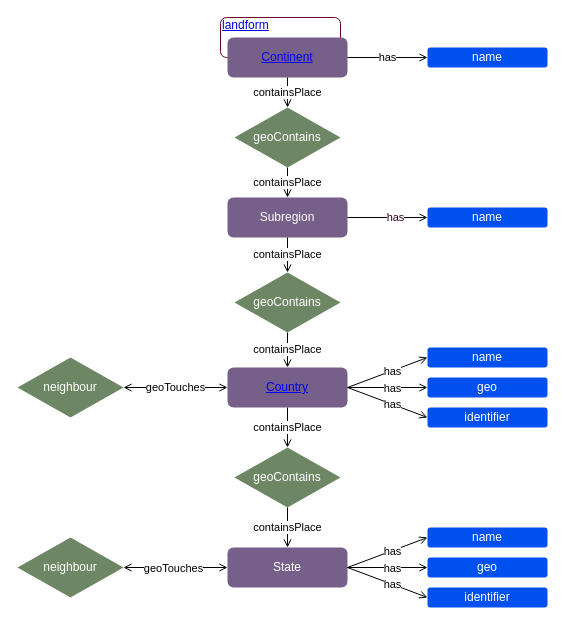
Before: Geo Knowledge Map.drawio in emergent-analytics/emergent-engine, a draw.io diagram. Source tidied: cells renumbered, new cells numbered last; positions are measured from the earlier drawing's top-left corner, leaving out a move shared by most shapes. Both pictures are drawn from the tidied source at 100%, with x=0, y=0 at pixel (17, 17).
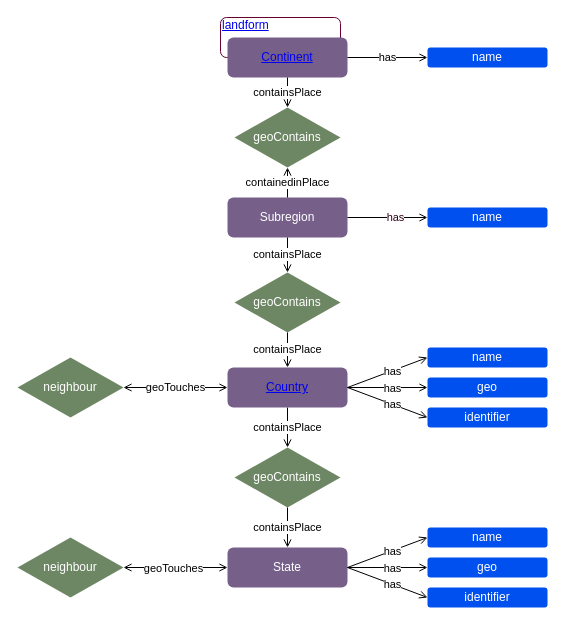
Above is the later version.

Commit message:
refinement of relationships

The change refers to these unchanged cells:
```xml
<mxCell id="3" value="Subregion" style="rounded=1;whiteSpace=wrap;html=1;fontSize=12;glass=0;strokeWidth=1;shadow=0;fillColor=#76608a;fontColor=#ffffff;strokeColor=none;" parent="1" vertex="1">
  <mxGeometry x="210" y="180" width="120" height="40" as="geometry" />
</mxCell>
<mxCell id="38" value="geoContains" style="rhombus;whiteSpace=wrap;html=1;fillColor=#6d8764;fontColor=#ffffff;strokeColor=none;" parent="1" vertex="1">
  <mxGeometry x="217" y="90" width="106" height="60" as="geometry" />
</mxCell>
```

Diff of the diagram source:
```diff
@@
-    <mxCell id="39" value="containsPlace" style="endArrow=none;html=1;entryX=0.5;entryY=1;entryDx=0;entryDy=0;rounded=0;startArrow=open;startFill=0;exitX=0.5;exitY=0;exitDx=0;exitDy=0;" parent="1" edge="1" source="3" target="38">
+    <mxCell id="39" value="containedinPlace" style="endArrow=open;html=1;entryX=0.5;entryY=1;entryDx=0;entryDy=0;rounded=0;startArrow=none;startFill=0;exitX=0.5;exitY=0;exitDx=0;exitDy=0;endFill=0;" parent="1" edge="1" source="3" target="38">
       <mxGeometry relative="1" as="geometry" />
     </mxCell>
```
